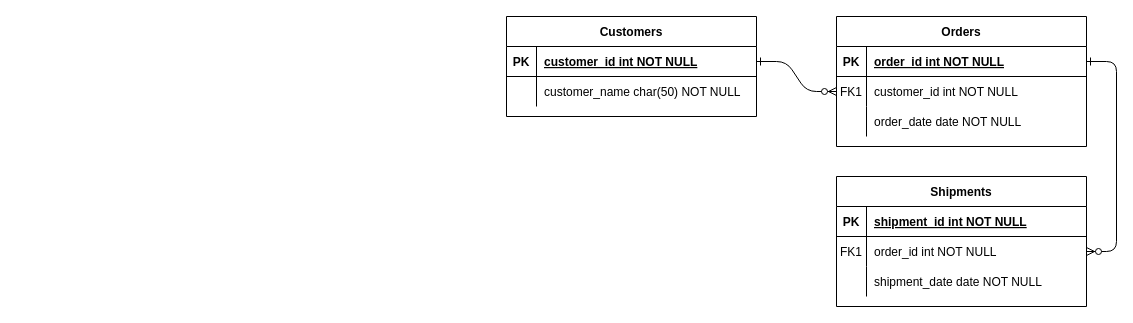
The draw.io diagram 未命名绘图.drawio in AndroidHarry/Test, before the edit. Source tidied: cells renumbered, new cells numbered last; positions are measured from the earlier drawing's top-left corner, leaving out a move shared by most shapes. Both pictures are drawn from the tidied source at 100%, with x=0, y=0 at pixel (506, 16).
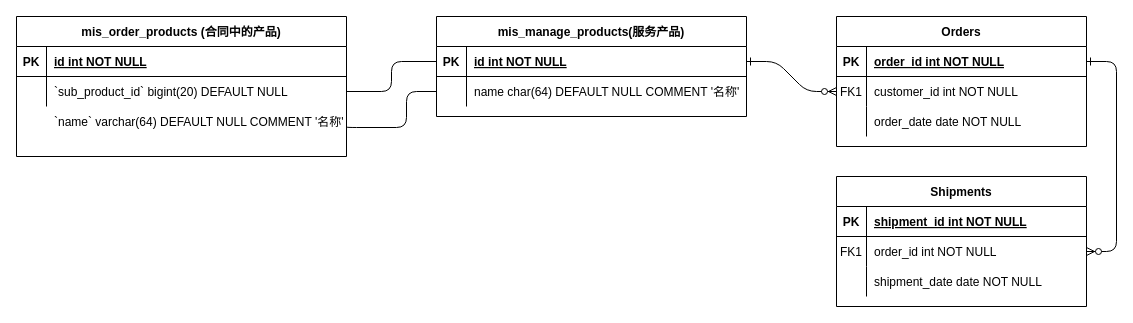
The same page after the edit.

Commit message:
更新未命名绘图.drawio

Diff of the diagram source:
```diff
@@
-    <mxCell id="24" value="Customers" style="shape=table;startSize=30;childLayout=tableLayout;rowLines=0;fontStyle=1;align=center;" parent="1" vertex="1">
-      <mxGeometry width="250" height="100" as="geometry" />
+    <mxCell id="24" value="mis_manage_products(服务产品)" style="shape=table;startSize=30;childLayout=tableLayout;rowLines=0;fontStyle=1;align=center;" parent="1" vertex="1">
+      <mxGeometry x="-70" width="310" height="100" as="geometry" />
     </mxCell>
     <mxCell id="25" style="shape=partialRectangle;fillColor=none;points=[[0,0.5],[1,0.5]];portConstraint=eastwest;top=0;left=0;right=0;bottom=1;" parent="24" vertex="1">
-      <mxGeometry y="30" width="250" height="30" as="geometry" />
+      <mxGeometry y="30" width="310" height="30" as="geometry" />
     </mxCell>
@@
-    <mxCell id="27" value="customer_id int NOT NULL " style="shape=partialRectangle;overflow=hidden;fillColor=none;top=0;left=0;bottom=0;right=0;align=left;spacingLeft=6;fontStyle=5;" parent="25" vertex="1">
-      <mxGeometry x="30" width="220" height="30" as="geometry" />
+    <mxCell id="27" value="id int NOT NULL " style="shape=partialRectangle;overflow=hidden;fillColor=none;top=0;left=0;bottom=0;right=0;align=left;spacingLeft=6;fontStyle=5;" parent="25" vertex="1">
+      <mxGeometry x="30" width="280" height="30" as="geometry" />
     </mxCell>
     <mxCell id="28" style="shape=partialRectangle;fillColor=none;points=[[0,0.5],[1,0.5]];portConstraint=eastwest;top=0;left=0;right=0;bottom=0;" parent="24" vertex="1">
-      <mxGeometry y="60" width="250" height="30" as="geometry" />
+      <mxGeometry y="60" width="310" height="30" as="geometry" />
     </mxCell>
@@
-    <mxCell id="30" value="customer_name char(50) NOT NULL" style="shape=partialRectangle;overflow=hidden;fillColor=none;top=0;left=0;bottom=0;right=0;align=left;spacingLeft=6;" parent="28" vertex="1">
-      <mxGeometry x="30" width="220" height="30" as="geometry" />
+    <mxCell id="30" value="name char(64) DEFAULT NULL COMMENT '名称'" style="shape=partialRectangle;overflow=hidden;fillColor=none;top=0;left=0;bottom=0;right=0;align=left;spacingLeft=6;" parent="28" vertex="1">
+      <mxGeometry x="30" width="280" height="30" as="geometry" />
     </mxCell>
+    <mxCell id="31" value="mis_order_products (合同中的产品)" style="shape=table;startSize=30;childLayout=tableLayout;rowLines=0;fontStyle=1;align=center;" parent="1" vertex="1">
+      <mxGeometry x="-490" width="330" height="140" as="geometry" />
+    </mxCell>
+    <mxCell id="32" style="shape=partialRectangle;fillColor=none;top=0;left=0;right=0;bottom=1;" parent="31" vertex="1">
+      <mxGeometry y="30" width="330" height="30" as="geometry" />
+    </mxCell>
+    <mxCell id="33" value="PK" style="shape=partialRectangle;overflow=hidden;fillColor=none;top=0;left=0;bottom=0;right=0;fontStyle=1;" parent="32" vertex="1">
+      <mxGeometry width="30" height="30" as="geometry" />
+    </mxCell>
+    <mxCell id="34" value="id int NOT NULL " style="shape=partialRectangle;overflow=hidden;fillColor=none;top=0;left=0;bottom=0;right=0;align=left;spacingLeft=6;fontStyle=5;" parent="32" vertex="1">
+      <mxGeometry x="30" width="300" height="30" as="geometry" />
+    </mxCell>
+    <mxCell id="35" style="shape=partialRectangle;fillColor=none;points=[[0,0.5],[1,0.5]];portConstraint=eastwest;top=0;left=0;right=0;bottom=0;" parent="31" vertex="1">
+      <mxGeometry y="60" width="330" height="30" as="geometry" />
+    </mxCell>
+    <mxCell id="36" style="shape=partialRectangle;overflow=hidden;fillColor=none;top=0;left=0;bottom=0;right=0;" parent="35" vertex="1">
+      <mxGeometry width="30" height="30" as="geometry" />
+    </mxCell>
+    <mxCell id="37" value="`sub_product_id` bigint(20) DEFAULT NULL" style="shape=partialRectangle;overflow=hidden;fillColor=none;top=0;left=0;bottom=0;right=0;align=left;spacingLeft=6;" parent="35" vertex="1">
+      <mxGeometry x="30" width="300" height="30" as="geometry" />
+    </mxCell>
+    <mxCell id="38" style="endArrow=none;html=1;rounded=1;entryX=0;entryY=0.5;entryDx=0;entryDy=0;exitX=1;exitY=0.5;exitDx=0;exitDy=0;edgeStyle=orthogonalEdgeStyle;curved=0;" parent="1" edge="1" source="35" target="25">
+      <mxGeometry relative="1" as="geometry" />
+    </mxCell>
+    <mxCell id="39" value="`name` varchar(64) DEFAULT NULL COMMENT '名称'" style="shape=partialRectangle;overflow=hidden;fillColor=none;top=0;left=0;bottom=0;right=0;align=left;spacingLeft=6;" parent="1" vertex="1">
+      <mxGeometry x="-460" y="90" width="300" height="30" as="geometry" />
+    </mxCell>
+    <mxCell id="40" style="endArrow=none;html=1;rounded=1;exitX=1;exitY=0.5;exitDx=0;exitDy=0;edgeStyle=orthogonalEdgeStyle;curved=0;" parent="1" edge="1" target="28">
+      <mxGeometry relative="1" as="geometry">
+        <mxPoint x="-160" y="110" as="sourcePoint" />
+        <Array as="points">
+          <mxPoint x="-160" y="111" />
+          <mxPoint x="-100" y="111" />
+          <mxPoint x="-100" y="75" />
+        </Array>
+      </mxGeometry>
+    </mxCell>
```
